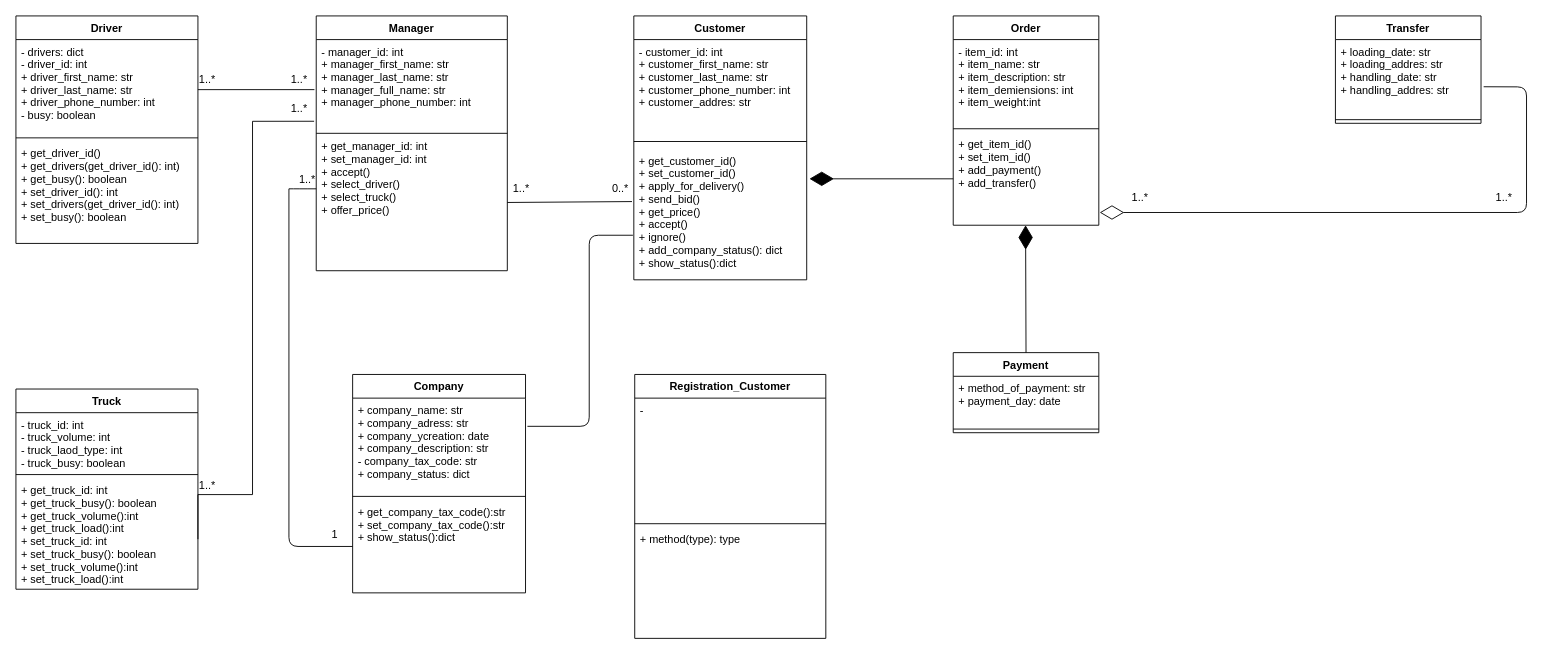
The draw.io diagram page "Page-1" (1 of 2) of d.drawio in Argam431/PYTHON3-2, before the edit. Source tidied: cells renumbered, new cells numbered last; positions are measured from the earlier drawing's top-left corner, leaving out a move shared by most shapes. Both pictures are drawn from the tidied source at 91%, with x=0, y=0 at pixel (15, 15).
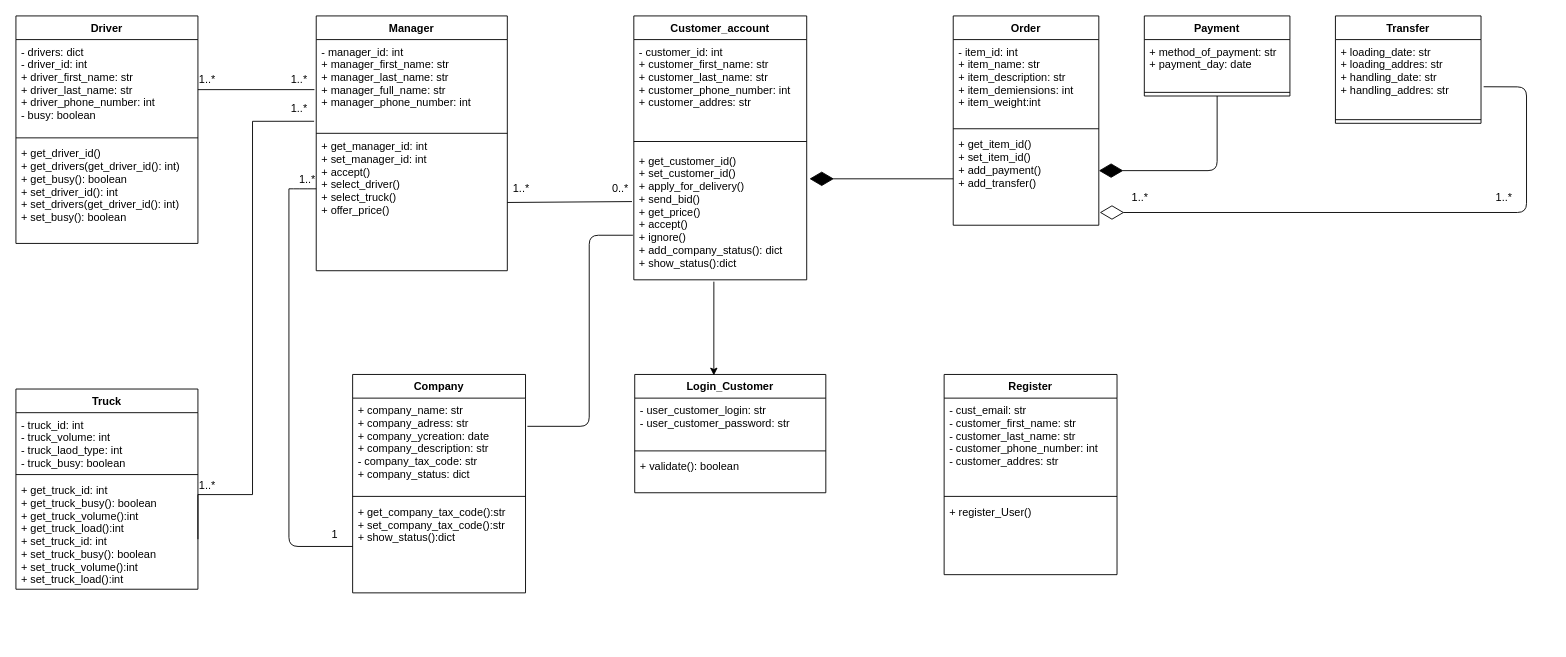
The same diagram, later.

Unchanged cells that the change refers to:
```xml
<mxCell id="9" value="+ get_customer_id()&#10;+ set_customer_id()&#10;+ apply_for_delivery()&#10;+ send_bid()&#10;+ get_price()&#10;+ accept()&#10;+ ignore()&#10;+ add_company_status(): dict&#10;+ show_status():dict&#10;&#10;&#10;" style="text;strokeColor=none;fillColor=none;align=left;verticalAlign=top;spacingLeft=4;spacingRight=4;overflow=hidden;points=[[0,0.5],[1,0.5]];portConstraint=eastwest;" parent="6" vertex="1">
  <mxGeometry y="146" width="190" height="144" as="geometry" />
</mxCell>
<mxCell id="25" value="+ get_item_id()&#10;+ set_item_id()&#10;+ add_payment()&#10;+ add_transfer()&#10;" style="text;strokeColor=none;fillColor=none;align=left;verticalAlign=top;spacingLeft=4;spacingRight=4;overflow=hidden;points=[[0,0.5],[1,0.5]];portConstraint=eastwest;" parent="22" vertex="1">
  <mxGeometry y="128" width="160" height="102" as="geometry" />
</mxCell>
```

Change to the diagram source:
```diff
@@
-    <mxCell id="6" value="Customer" style="swimlane;fontStyle=1;align=center;verticalAlign=top;horizontal=1;startSize=26;" parent="1" vertex="1">
+    <mxCell id="6" value="Customer_account" style="swimlane;fontStyle=1;align=center;verticalAlign=top;horizontal=1;startSize=26;" parent="1" vertex="1">
       <mxGeometry x="679" width="190" height="290" as="geometry" />
     </mxCell>
@@
     <mxCell id="29" value="Payment" style="swimlane;fontStyle=1;align=center;verticalAlign=top;horizontal=1;startSize=26;" parent="1" vertex="1">
-      <mxGeometry x="1030" y="370" width="160" height="88" as="geometry" />
+      <mxGeometry x="1240" width="160" height="88" as="geometry" />
     </mxCell>
@@
-    <mxCell id="47" style="endArrow=diamondThin;endFill=1;endSize=24;html=1;exitX=0.5;exitY=0;exitDx=0;exitDy=0;entryX=0.497;entryY=1;entryDx=0;entryDy=0;entryPerimeter=0;" parent="1" edge="1" source="29" target="25">
-      <mxGeometry relative="1" as="geometry" />
+    <mxCell id="47" style="endArrow=diamondThin;endFill=1;endSize=24;html=1;exitX=0.5;exitY=1;exitDx=0;exitDy=0;" parent="1" edge="1" source="29">
+      <mxGeometry relative="1" as="geometry">
+        <mxPoint x="1190" y="170" as="targetPoint" />
+        <Array as="points">
+          <mxPoint x="1320" y="170" />
+        </Array>
+      </mxGeometry>
     </mxCell>
@@
-    <mxCell id="51" value="Registration_Customer" style="swimlane;fontStyle=1;align=center;verticalAlign=top;horizontal=1;startSize=26;" parent="1" vertex="1">
-      <mxGeometry x="680" y="394" width="210" height="290" as="geometry" />
+    <mxCell id="51" value="Login_Customer" style="swimlane;fontStyle=1;align=center;verticalAlign=top;horizontal=1;startSize=26;" parent="1" vertex="1">
+      <mxGeometry x="680" y="394" width="210" height="130" as="geometry" />
     </mxCell>
-    <mxCell id="52" value="- " style="text;strokeColor=none;fillColor=none;align=left;verticalAlign=top;spacingLeft=4;spacingRight=4;overflow=hidden;" parent="51" vertex="1">
-      <mxGeometry y="26" width="210" height="134" as="geometry" />
+    <mxCell id="52" value="- user_customer_login: str&#10;- user_customer_password: str " style="text;strokeColor=none;fillColor=none;align=left;verticalAlign=top;spacingLeft=4;spacingRight=4;overflow=hidden;" parent="51" vertex="1">
+      <mxGeometry y="26" width="210" height="54" as="geometry" />
     </mxCell>
     <mxCell id="53" style="line;strokeWidth=1;fillColor=none;align=left;verticalAlign=middle;spacingTop=-1;spacingLeft=3;spacingRight=3;labelPosition=right;" parent="51" vertex="1">
-      <mxGeometry y="160" width="210" height="8" as="geometry" />
+      <mxGeometry y="80" width="210" height="8" as="geometry" />
     </mxCell>
-    <mxCell id="54" value="+ method(type): type" style="text;strokeColor=none;fillColor=none;align=left;verticalAlign=top;spacingLeft=4;spacingRight=4;overflow=hidden;" parent="51" vertex="1">
-      <mxGeometry y="168" width="210" height="122" as="geometry" />
+    <mxCell id="54" value="+ validate(): boolean" style="text;strokeColor=none;fillColor=none;align=left;verticalAlign=top;spacingLeft=4;spacingRight=4;overflow=hidden;" parent="51" vertex="1">
+      <mxGeometry y="88" width="210" height="42" as="geometry" />
     </mxCell>
+    <mxCell id="55" style="endArrow=classic;html=1;exitX=0.463;exitY=1.014;exitDx=0;exitDy=0;exitPerimeter=0;entryX=0.414;entryY=0.008;entryDx=0;entryDy=0;entryPerimeter=0;" parent="1" edge="1" source="9" target="51">
+      <mxGeometry relative="1" as="geometry" />
+    </mxCell>
+    <mxCell id="56" value="Register" style="swimlane;fontStyle=1;align=center;verticalAlign=top;horizontal=1;startSize=26;" parent="1" vertex="1">
+      <mxGeometry x="1020" y="394" width="190" height="220" as="geometry" />
+    </mxCell>
+    <mxCell id="57" value="- cust_email: str&#10;- customer_first_name: str &#10;- customer_last_name: str&#10;- customer_phone_number: int&#10;- customer_addres: str&#10;" style="text;strokeColor=none;fillColor=none;align=left;verticalAlign=top;spacingLeft=4;spacingRight=4;overflow=hidden;" parent="56" vertex="1">
+      <mxGeometry y="26" width="190" height="104" as="geometry" />
+    </mxCell>
+    <mxCell id="58" style="line;strokeWidth=1;fillColor=none;align=left;verticalAlign=middle;spacingTop=-1;spacingLeft=3;spacingRight=3;labelPosition=right;" parent="56" vertex="1">
+      <mxGeometry y="130" width="190" height="8" as="geometry" />
+    </mxCell>
+    <mxCell id="59" value="+ register_User()" style="text;strokeColor=none;fillColor=none;align=left;verticalAlign=top;spacingLeft=4;spacingRight=4;overflow=hidden;" parent="56" vertex="1">
+      <mxGeometry y="138" width="190" height="82" as="geometry" />
+    </mxCell>
```
